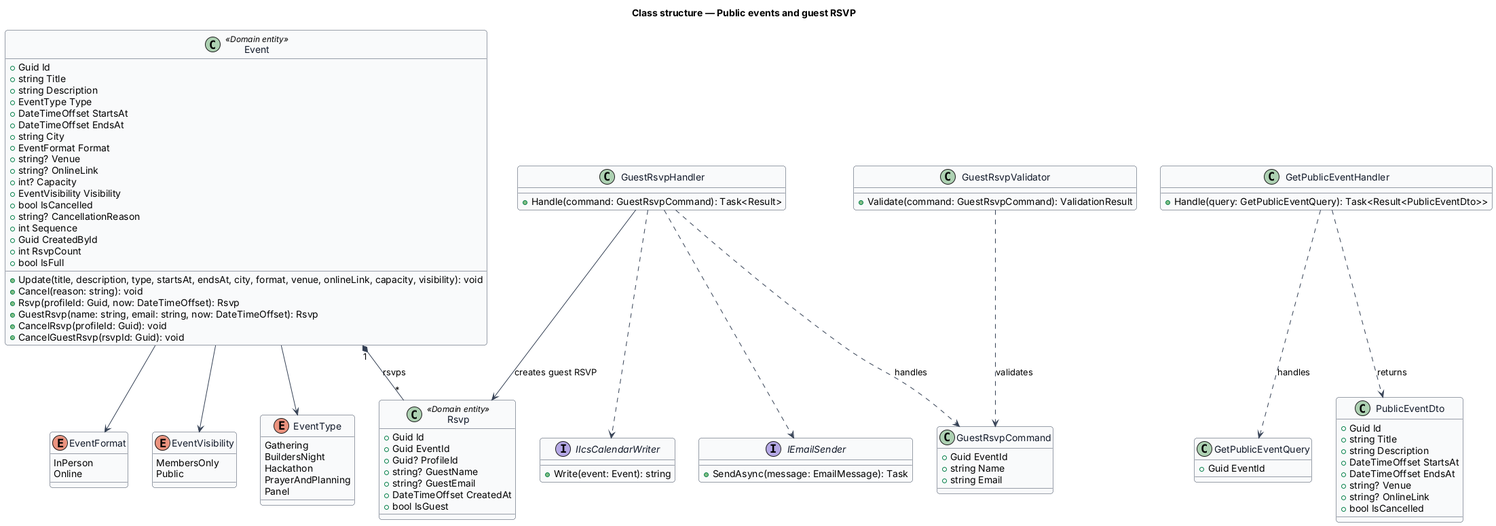
Above: docs/detailed-designs/events/public-events-and-guest-rsvp/diagrams/class-structure.png in QuinntyneBrown/faithtech-community (PlantUML), before the change. Source of this version:
```plantuml
@startuml
skinparam backgroundColor #FFFFFF
skinparam shadowing false
skinparam roundcorner 8
skinparam defaultFontName Arial
skinparam ArrowColor #344054
skinparam class {
  BorderColor #344054
  FontColor #101828
  BackgroundColor #F9FAFB
}
title Class structure — Public events and guest RSVP

enum EventType {
  Gathering
  BuildersNight
  Hackathon
  PrayerAndPlanning
  Panel
}

enum EventFormat {
  InPerson
  Online
}

enum EventVisibility {
  MembersOnly
  Public
}

class Event <<Domain entity>> {
  +Guid Id
  +string Title
  +string Description
  +EventType Type
  +DateTimeOffset StartsAt
  +DateTimeOffset EndsAt
  +string City
  +EventFormat Format
  +string? Venue
  +string? OnlineLink
  +int? Capacity
  +EventVisibility Visibility
  +bool IsCancelled
  +string? CancellationReason
  +int Sequence
  +Guid CreatedById
  +int RsvpCount
  +bool IsFull
  +Update(title, description, type, startsAt, endsAt, city, format, venue, onlineLink, capacity, visibility): void
  +Cancel(reason: string): void
  +Rsvp(profileId: Guid, now: DateTimeOffset): Rsvp
  +GuestRsvp(name: string, email: string, now: DateTimeOffset): Rsvp
  +CancelRsvp(profileId: Guid): void
  +CancelGuestRsvp(rsvpId: Guid): void
}
Event --> EventType
Event --> EventFormat
Event --> EventVisibility

class Rsvp <<Domain entity>> {
  +Guid Id
  +Guid EventId
  +Guid? ProfileId
  +string? GuestName
  +string? GuestEmail
  +DateTimeOffset CreatedAt
  +bool IsGuest
}
Event "1" *-- "*" Rsvp : rsvps

class GetPublicEventQuery {
  +Guid EventId
}
class GetPublicEventHandler {
  +Handle(query: GetPublicEventQuery): Task<Result<PublicEventDto>>
}
class PublicEventDto {
  +Guid Id
  +string Title
  +string Description
  +DateTimeOffset StartsAt
  +DateTimeOffset EndsAt
  +string? Venue
  +string? OnlineLink
  +bool IsCancelled
}
class GuestRsvpCommand {
  +Guid EventId
  +string Name
  +string Email
}
class GuestRsvpValidator {
  +Validate(command: GuestRsvpCommand): ValidationResult
}
class GuestRsvpHandler {
  +Handle(command: GuestRsvpCommand): Task<Result>
}
interface IIcsCalendarWriter {
  +Write(event: Event): string
}
interface IEmailSender {
  +SendAsync(message: EmailMessage): Task
}
GetPublicEventHandler ..> GetPublicEventQuery : handles
GetPublicEventHandler ..> PublicEventDto : returns
GuestRsvpValidator ..> GuestRsvpCommand : validates
GuestRsvpHandler ..> GuestRsvpCommand : handles
GuestRsvpHandler --> Rsvp : creates guest RSVP
GuestRsvpHandler ..> IIcsCalendarWriter
GuestRsvpHandler ..> IEmailSender
@enduml
```
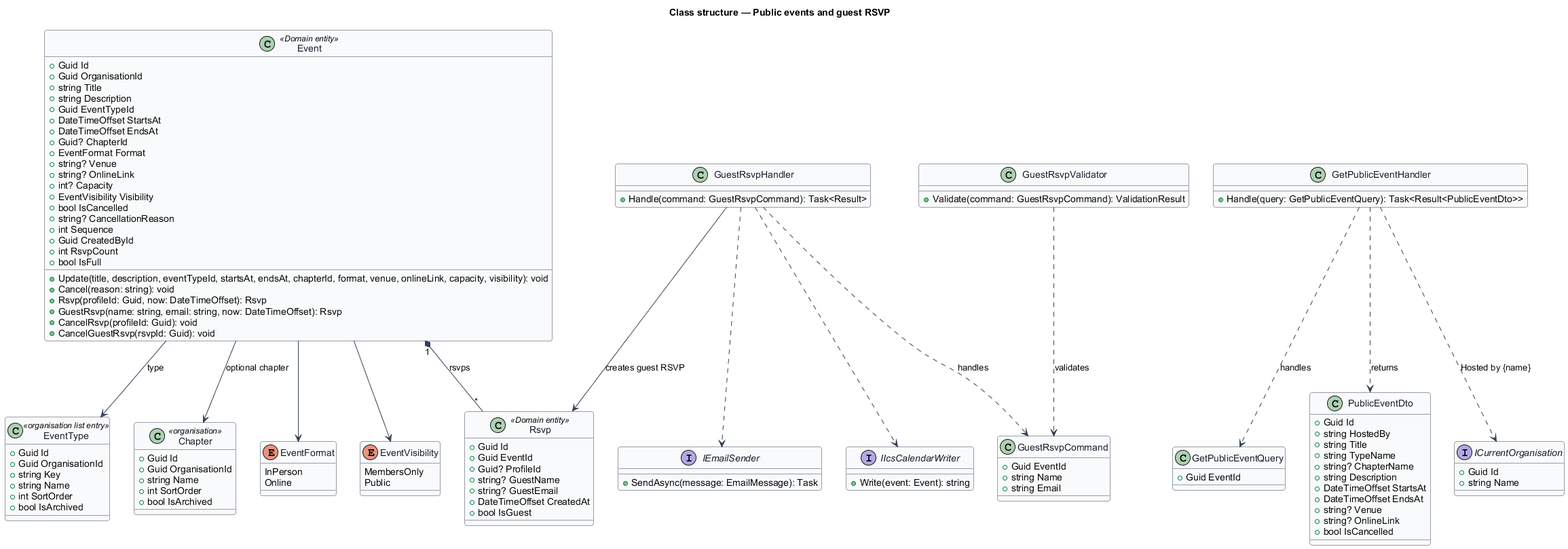
After the commit.

What changed in the source:
```diff
@@ -11,12 +11,21 @@
 }
 title Class structure — Public events and guest RSVP
 
-enum EventType {
-  Gathering
-  BuildersNight
-  Hackathon
-  PrayerAndPlanning
-  Panel
+class EventType <<organisation list entry>> {
+  +Guid Id
+  +Guid OrganisationId
+  +string Key
+  +string Name
+  +int SortOrder
+  +bool IsArchived
+}
+
+class Chapter <<organisation>> {
+  +Guid Id
+  +Guid OrganisationId
+  +string Name
+  +int SortOrder
+  +bool IsArchived
 }
 
 enum EventFormat {
@@ -31,12 +40,13 @@
 
 class Event <<Domain entity>> {
   +Guid Id
+  +Guid OrganisationId
   +string Title
   +string Description
-  +EventType Type
+  +Guid EventTypeId
   +DateTimeOffset StartsAt
   +DateTimeOffset EndsAt
-  +string City
+  +Guid? ChapterId
   +EventFormat Format
   +string? Venue
   +string? OnlineLink
@@ -48,14 +58,15 @@
   +Guid CreatedById
   +int RsvpCount
   +bool IsFull
-  +Update(title, description, type, startsAt, endsAt, city, format, venue, onlineLink, capacity, visibility): void
+  +Update(title, description, eventTypeId, startsAt, endsAt, chapterId, format, venue, onlineLink, capacity, visibility): void
   +Cancel(reason: string): void
   +Rsvp(profileId: Guid, now: DateTimeOffset): Rsvp
   +GuestRsvp(name: string, email: string, now: DateTimeOffset): Rsvp
   +CancelRsvp(profileId: Guid): void
   +CancelGuestRsvp(rsvpId: Guid): void
 }
-Event --> EventType
+Event --> EventType : type
+Event --> Chapter : optional chapter
 Event --> EventFormat
 Event --> EventVisibility
 
@@ -78,7 +89,10 @@
 }
 class PublicEventDto {
   +Guid Id
+  +string HostedBy
   +string Title
+  +string TypeName
+  +string? ChapterName
   +string Description
   +DateTimeOffset StartsAt
   +DateTimeOffset EndsAt
@@ -105,6 +119,11 @@
 }
 GetPublicEventHandler ..> GetPublicEventQuery : handles
 GetPublicEventHandler ..> PublicEventDto : returns
+interface ICurrentOrganisation {
+  +Guid Id
+  +string Name
+}
+GetPublicEventHandler ..> ICurrentOrganisation : Hosted by {name}
 GuestRsvpValidator ..> GuestRsvpCommand : validates
 GuestRsvpHandler ..> GuestRsvpCommand : handles
 GuestRsvpHandler --> Rsvp : creates guest RSVP
```
